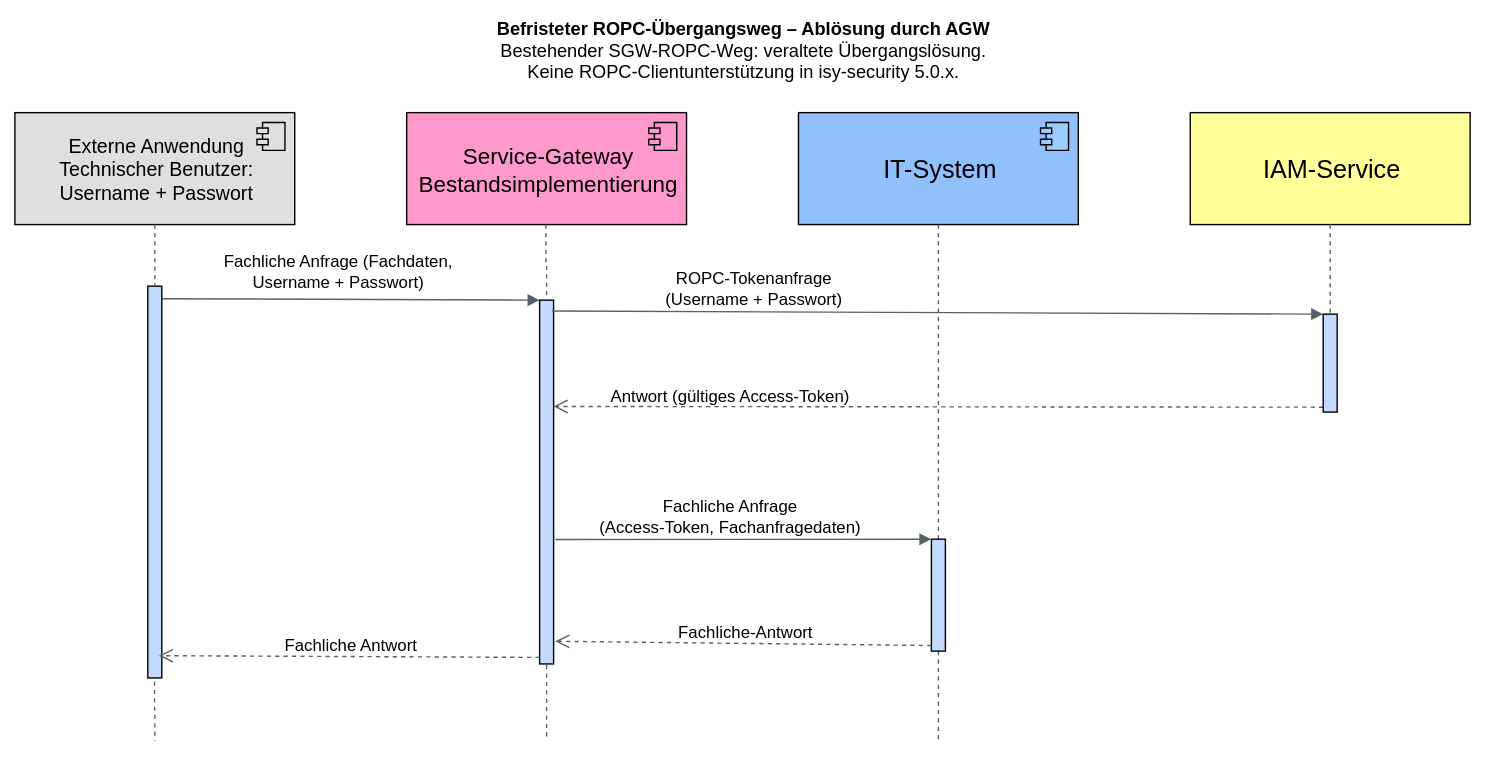
Before: docs/modules/ROOT/images/konzept/Squenzdiagramm_ServiceGateway_ohne_AuthGateway.dn.svg, a diagram exported from draw.io (IsyFact/isy-security). Source tidied: cells renumbered, new cells last; positions are measured from the earlier drawing's top-left corner, leaving out a move shared by most shapes.
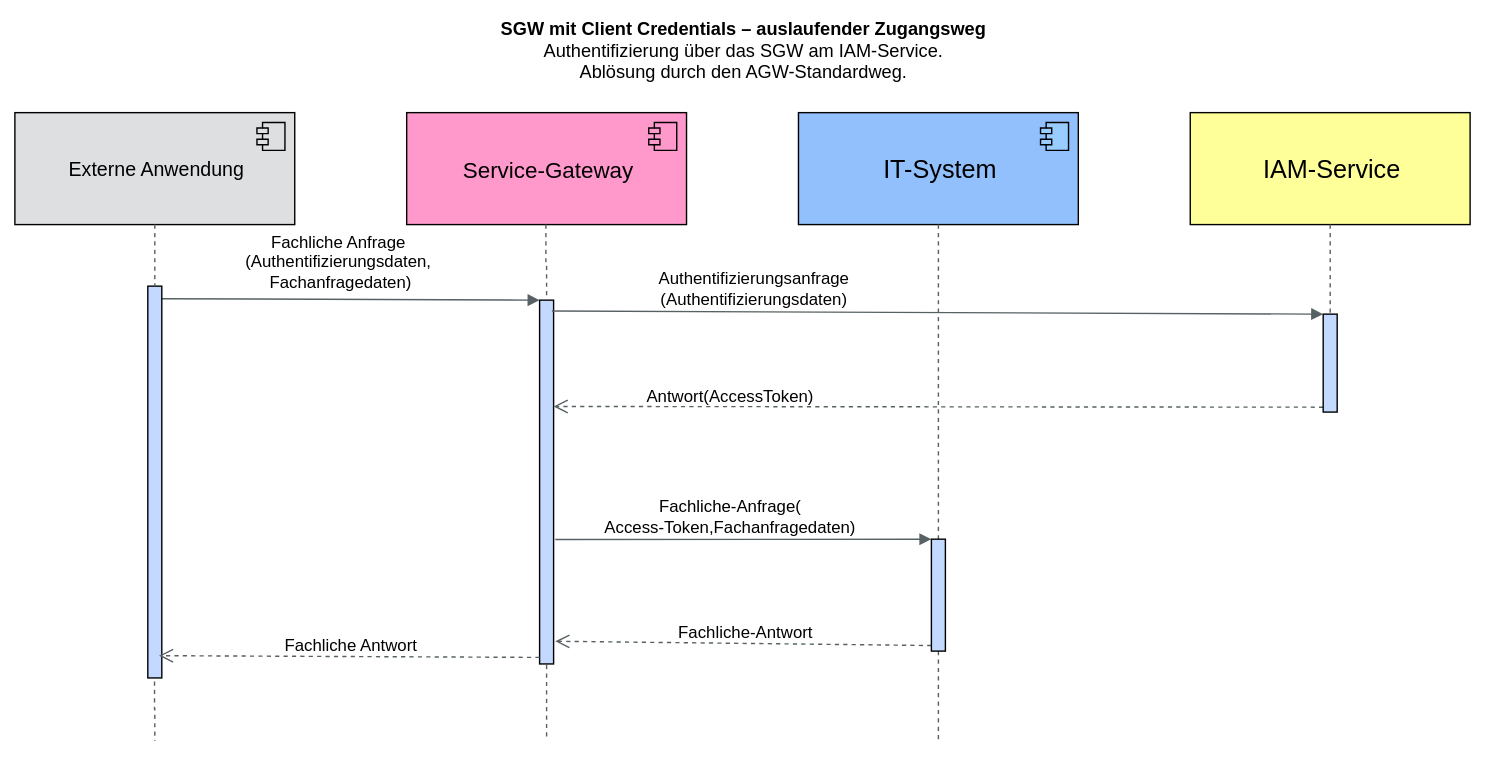
The same diagram one commit later.

Diff of the diagram source:
```diff
@@ -7,7 +7,7 @@
         <mxPoint x="100" y="518.8" as="targetPoint" />
       </mxGeometry>
     </mxCell>
-    <mxCell id="3" value="Externe Anwendung&#10;Technischer Benutzer:&#10;Username + Passwort" style="fontSize=16;fillColor=#DDDFE0;fontSize=14;" parent="1" vertex="1">
+    <mxCell id="3" value="Externe Anwendung" style="fontSize=16;fillColor=#DDDFE0;fontSize=14;" parent="1" vertex="1">
       <mxGeometry y="70" width="200" height="80" as="geometry" />
     </mxCell>
     <mxCell id="4" style="shape=component;jettyWidth=8;jettyHeight=4;fillColor=#DDDFE0;" parent="3" vertex="1">
@@ -15,7 +15,7 @@
         <mxPoint x="-27" y="7" as="offset" />
       </mxGeometry>
     </mxCell>
-    <mxCell id="5" value="Service-Gateway&#10;Bestandsimplementierung" style="fontStyle=0;verticalAlign=middle;fontSize=16;fillColor=#FF99CC;" parent="1" vertex="1">
+    <mxCell id="5" value="Service-Gateway" style="fontStyle=0;verticalAlign=middle;fontSize=16;fillColor=#FF99CC;" parent="1" vertex="1">
       <mxGeometry x="280" y="70" width="200" height="80" as="geometry" />
     </mxCell>
     <mxCell id="6" style="shape=component;jettyWidth=8;jettyHeight=4;noLabel=1;fontColor=none;fillColor=#ff99cc;" parent="5" vertex="1">
@@ -48,7 +48,7 @@
         <mxPoint x="660" y="518.8" as="targetPoint" />
       </mxGeometry>
     </mxCell>
-    <mxCell id="13" value="Fachliche Anfrage (Fachdaten,&lt;br&gt;Username + Passwort)" style="html=1;verticalAlign=bottom;endArrow=block;entryX=0;entryY=0;rounded=0;fontSize=16;labelBackgroundColor=none;exitX=0.92;exitY=0.032;exitDx=0;exitDy=0;exitPerimeter=0;verticalAlign=bottom;fontSize=12;" parent="1" edge="1" source="20" target="14">
+    <mxCell id="13" value="&lt;font&gt;&lt;span style=&quot;font-size: 12px ; line-height: 1&quot;&gt;Fachliche Anfrage&lt;br&gt;(Authentifizierungsdaten,&lt;br&gt;&amp;nbsp;Fachanfragedaten)&lt;/span&gt;&lt;br&gt;&lt;/font&gt;" style="html=1;verticalAlign=bottom;endArrow=block;entryX=0;entryY=0;rounded=0;fontSize=16;labelBackgroundColor=none;exitX=0.92;exitY=0.032;exitDx=0;exitDy=0;exitPerimeter=0;verticalAlign=bottom;fontSize=12;" parent="1" edge="1" source="20" target="14">
       <mxGeometry x="-0.07" y="-21" relative="1" as="geometry">
         <mxPoint y="-25" as="offset" />
       </mxGeometry>
@@ -61,10 +61,10 @@
         <mxPoint x="379.5" y="150" as="sourcePoint" />
       </mxGeometry>
     </mxCell>
-    <mxCell id="16" value="ROPC-Tokenanfrage&lt;br&gt;(Username + Passwort)" style="html=1;verticalAlign=bottom;endArrow=block;entryX=0;entryY=0;rounded=0;fontSize=12;labelBackgroundColor=none;exitX=0.88;exitY=0.03;exitDx=0;exitDy=0;exitPerimeter=0;" parent="1" edge="1" source="14" target="18">
+    <mxCell id="16" value="&lt;span&gt;Authentifizierungsanfrage&lt;br&gt;(&lt;/span&gt;Authentifizierungsdaten&lt;span&gt;)&lt;/span&gt;" style="html=1;verticalAlign=bottom;endArrow=block;entryX=0;entryY=0;rounded=0;fontSize=12;labelBackgroundColor=none;exitX=0.88;exitY=0.03;exitDx=0;exitDy=0;exitPerimeter=0;" parent="1" edge="1" source="14" target="18">
       <mxGeometry x="-0.48" y="1" relative="1" as="geometry" />
     </mxCell>
-    <mxCell id="17" value="Antwort (gültiges Access-Token)" style="html=1;verticalAlign=bottom;endArrow=open;dashed=1;endSize=8;exitX=0;exitY=0.95;rounded=0;fontSize=12;labelBackgroundColor=none;" parent="1" edge="1" source="18">
+    <mxCell id="17" value="Antwort(AccessToken)" style="html=1;verticalAlign=bottom;endArrow=open;dashed=1;endSize=8;exitX=0;exitY=0.95;rounded=0;fontSize=12;labelBackgroundColor=none;" parent="1" edge="1" source="18">
       <mxGeometry x="0.55" relative="1" as="geometry">
         <mxPoint x="385" y="280" as="targetPoint" />
       </mxGeometry>
@@ -89,7 +89,7 @@
         <mxPoint x="103" y="458.1" as="targetPoint" />
       </mxGeometry>
     </mxCell>
-    <mxCell id="23" value="Fachliche Anfrage&lt;br&gt;(Access-Token, Fachanfragedaten)" style="html=1;verticalAlign=bottom;endArrow=block;entryX=0;entryY=0;rounded=0;fontSize=12;exitX=1.12;exitY=0.184;exitDx=0;exitDy=0;exitPerimeter=0;labelBackgroundColor=none;" parent="1" edge="1" target="25">
+    <mxCell id="23" value="Fachliche-Anfrage(&lt;br&gt;Access-Token,Fachanfragedaten)" style="html=1;verticalAlign=bottom;endArrow=block;entryX=0;entryY=0;rounded=0;fontSize=12;exitX=1.12;exitY=0.184;exitDx=0;exitDy=0;exitPerimeter=0;labelBackgroundColor=none;" parent="1" edge="1" target="25">
       <mxGeometry x="-0.08" relative="1" as="geometry">
         <mxPoint x="386.2" y="375.1" as="sourcePoint" />
       </mxGeometry>
@@ -102,7 +102,7 @@
     <mxCell id="25" style="html=1;points=[];perimeter=orthogonalPerimeter;fontSize=12;" parent="1" vertex="1">
       <mxGeometry x="655" y="374.8" width="10" height="80" as="geometry" />
     </mxCell>
-    <mxCell id="26" value="&lt;b&gt;Befristeter ROPC-Übergangsweg – Ablösung durch AGW&lt;/b&gt;&lt;br&gt;Bestehender SGW-ROPC-Weg: veraltete Übergangslösung.&lt;br&gt;Keine ROPC-Clientunterstützung in isy-security 5.0.x." style="text;html=1;whiteSpace=wrap;align=center;verticalAlign=middle;fontFamily=Arial;fontSize=13;fontColor=#000000;" parent="1" vertex="1">
+    <mxCell id="26" value="&lt;b&gt;SGW mit Client Credentials – auslaufender Zugangsweg&lt;/b&gt;&lt;br&gt;Authentifizierung über das SGW am IAM-Service.&lt;br&gt;Ablösung durch den AGW-Standardweg." style="text;html=1;whiteSpace=wrap;align=center;verticalAlign=middle;fontFamily=Arial;fontSize=13;fontColor=#000000;" parent="1" vertex="1">
       <mxGeometry width="1040" height="50" as="geometry" />
     </mxCell>
   </root>
```
